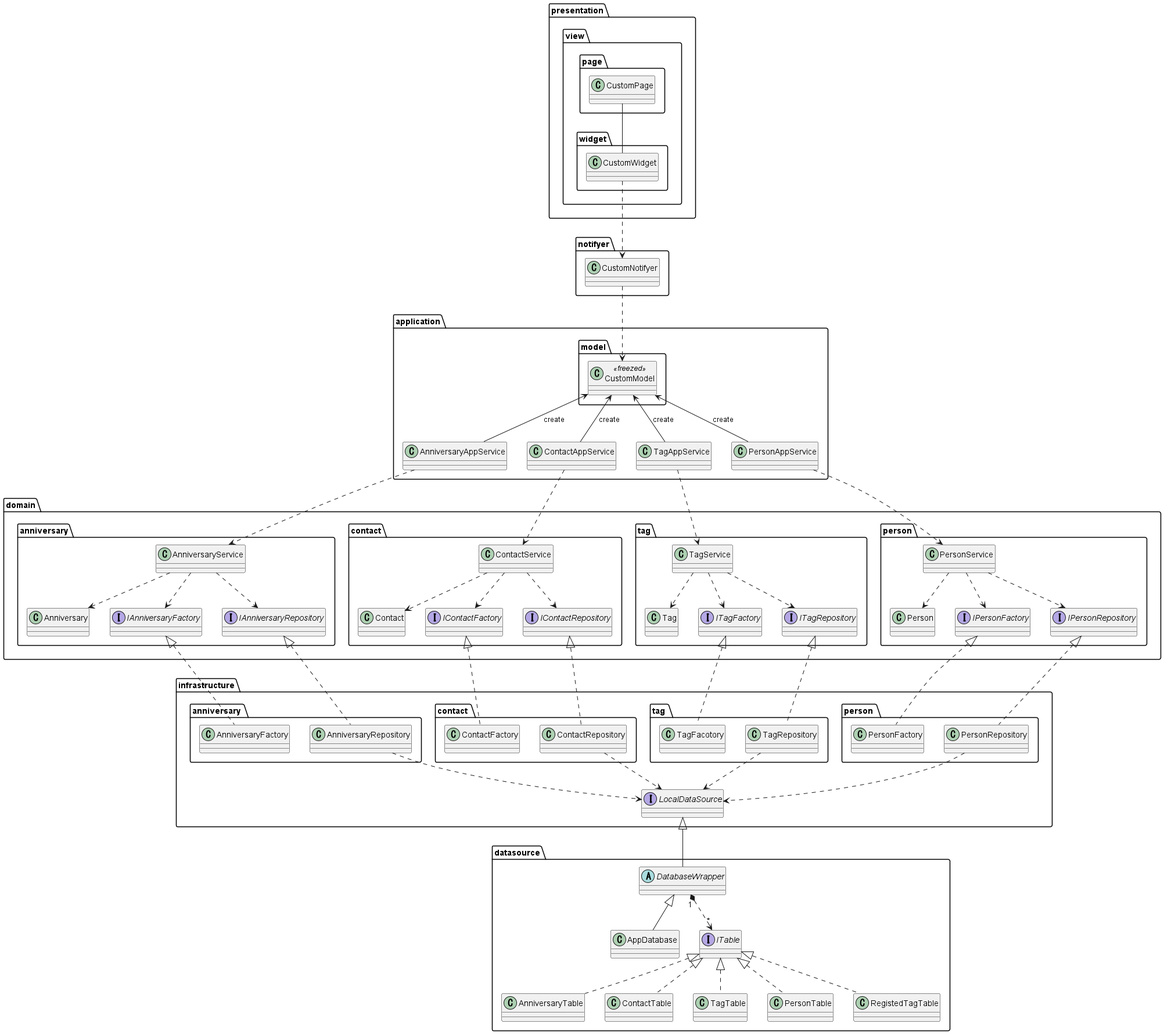
The PlantUML diagram uml/class_diagram/class_diagram.png in nmskm240/friend_list, before a commit.
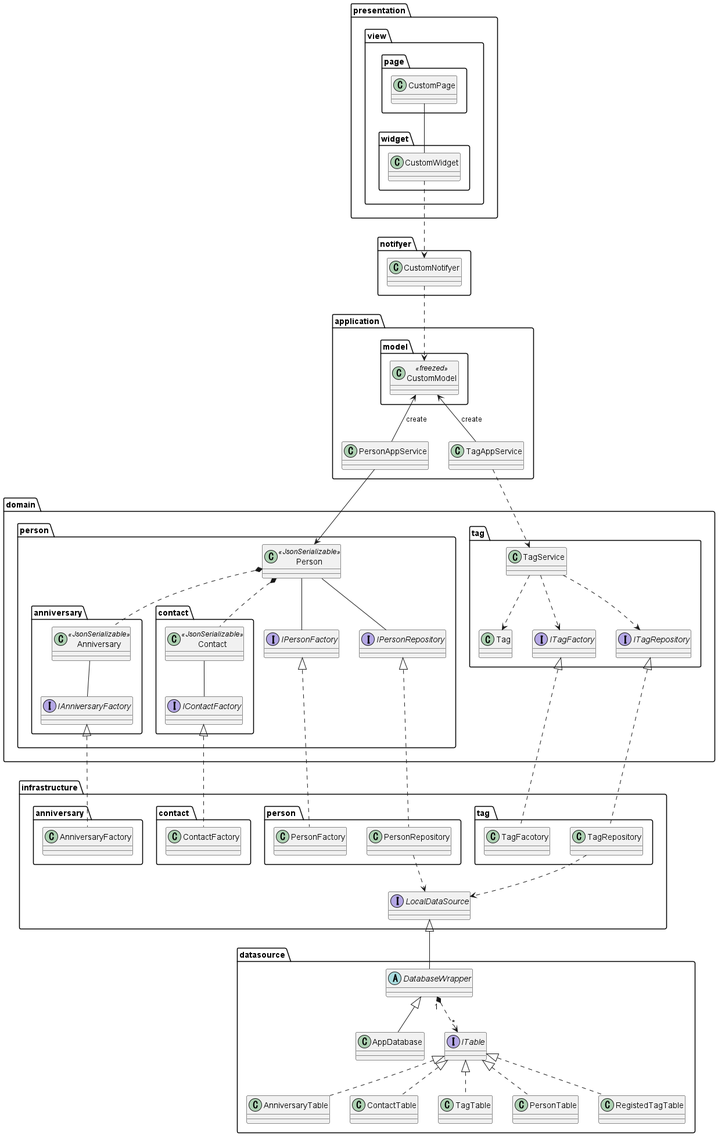
The same diagram one commit later.

The edit, as a diff of the source:
```diff
@@ -19,24 +19,23 @@
     package model {
         class CustomModel<<freezed>>
     }
-    class AnniversaryAppService
-    class ContactAppService
+    class PersonAppService
     class TagAppService
-    class PersonAppService
 }
 
 package domain {
-    package anniversary {
-        class Anniversary
-        class AnniversaryService
-        interface IAnniversaryFactory
-        interface IAnniversaryRepository
-    }
-    package contact {
-        class Contact
-        class ContactService
-        interface IContactFactory
-        interface IContactRepository
+    package person {
+        package anniversary {
+            class Anniversary<<JsonSerializable>>
+            interface IAnniversaryFactory
+        }
+        package contact {
+            class Contact<<JsonSerializable>>
+            interface IContactFactory
+        }
+        class Person<<JsonSerializable>>
+        interface IPersonFactory
+        interface IPersonRepository
     }
     package tag {
         class Tag
@@ -44,30 +43,22 @@
         interface ITagFactory
         interface ITagRepository
     }
-    package person {
-        class Person
-        class PersonService
-        interface IPersonFactory
-        interface IPersonRepository
-    }
 }
 
 package infrastructure {
     package "anniversary " {
         class AnniversaryFactory
-        class AnniversaryRepository
     }
     package "contact " {
         class ContactFactory
-        class ContactRepository
+    }
+    package "person " {
+        class PersonFactory
+        class PersonRepository
     }
     package "tag " {
         class TagFacotory
         class TagRepository
-    }
-    package "person " {
-        class PersonFactory
-        class PersonRepository
     }
     interface LocalDataSource
 }
@@ -89,40 +80,30 @@
 
 CustomNotifyer ..> CustomModel
 
-CustomModel <-- AnniversaryAppService : create
-CustomModel <-- ContactAppService : create
 CustomModel <-- TagAppService : create
 CustomModel <-- PersonAppService : create
 
-AnniversaryAppService ..> AnniversaryService
-ContactAppService ..> ContactService
 TagAppService ..> TagService
-PersonAppService ..> PersonService
+PersonAppService --> Person
 
-AnniversaryService ..> Anniversary
-AnniversaryService ..> IAnniversaryFactory
-AnniversaryService ..> IAnniversaryRepository
-ContactService ..> Contact
-ContactService ..> IContactFactory
-ContactService ..> IContactRepository
+Anniversary -- IAnniversaryFactory
+Contact -- IContactFactory
+Person *.. Anniversary
+Person *.. Contact
+Person -- IPersonFactory
+Person -- IPersonRepository
 TagService ..> Tag
 TagService ..> ITagFactory
 TagService ..> ITagRepository
-PersonService ..> Person
-PersonService ..> IPersonRepository
-PersonService ..> IPersonFactory
 
-IAnniversaryRepository <|.. AnniversaryRepository
+
 IAnniversaryFactory <|.. AnniversaryFactory
 IContactFactory <|.. ContactFactory
-IContactRepository <|.. ContactRepository
 ITagFactory <|.. TagFacotory
 ITagRepository <|.. TagRepository
 IPersonFactory <|.. PersonFactory
 IPersonRepository <|.. PersonRepository
 
-AnniversaryRepository ..> LocalDataSource
-ContactRepository ..> LocalDataSource
 TagRepository ..> LocalDataSource
 PersonRepository ..> LocalDataSource
 
```
